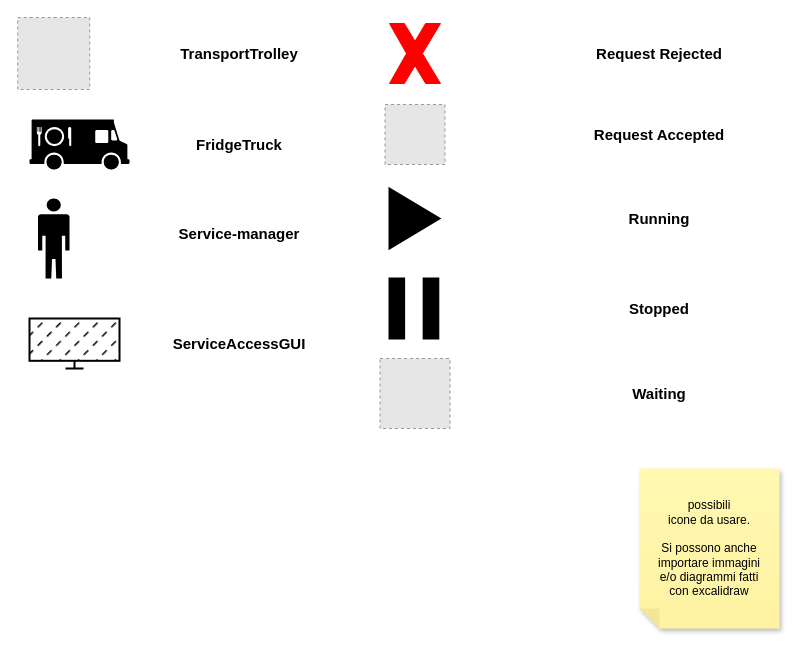
Before: Sprint0/userDocs/resources/draw/legenda.drawio in LEOB3TA/ColdStorageService-Project, a draw.io diagram. Source tidied: cells renumbered, new cells numbered last; positions are measured from the earlier drawing's top-left corner, leaving out a move shared by most shapes. Both pictures are drawn from the tidied source at 100%, with x=0, y=0 at pixel (17, 17). Pictures stored in the file or linked from it are replaced by grey dashed boxes.
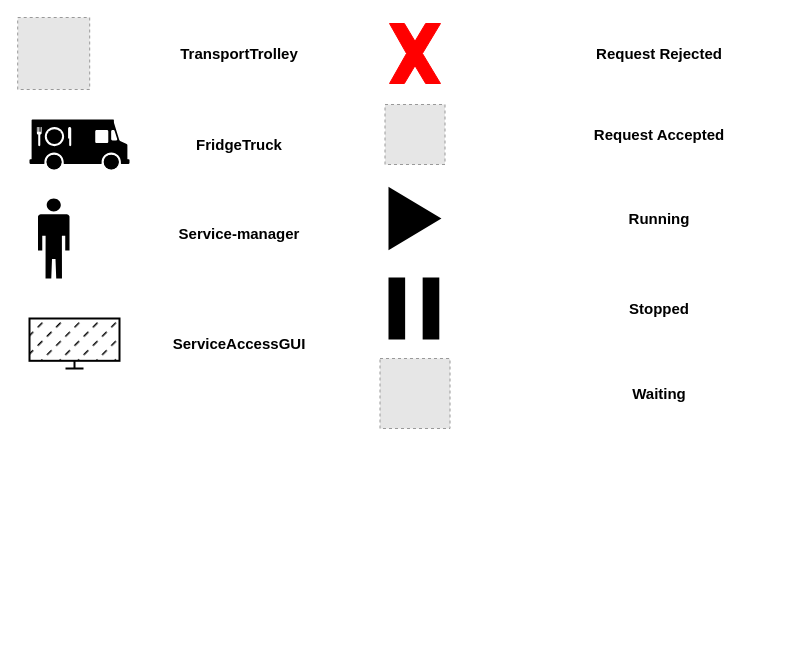
The same diagram, later.

What changed in the source:
```diff
@@
-    <mxCell id="5" value="&lt;div&gt;possibili &lt;br&gt;&lt;/div&gt;&lt;div&gt;icone da usare.&lt;/div&gt;&lt;div&gt;&lt;br&gt;&lt;/div&gt;&lt;div&gt;Si possono anche&lt;/div&gt;&lt;div&gt;importare immagini&lt;/div&gt;&lt;div&gt;e/o diagrammi fatti&lt;/div&gt;&lt;div&gt;con excalidraw&lt;br&gt;&lt;/div&gt;" style="shape=note;whiteSpace=wrap;html=1;backgroundOutline=1;fontColor=#000000;darkOpacity=0.05;fillColor=#FFF9B2;strokeColor=none;fillStyle=solid;direction=west;gradientDirection=north;gradientColor=#FFF2A1;shadow=1;size=20;" parent="1" vertex="1">
-      <mxGeometry x="622" y="451" width="140" height="160" as="geometry" />
-    </mxCell>
```
